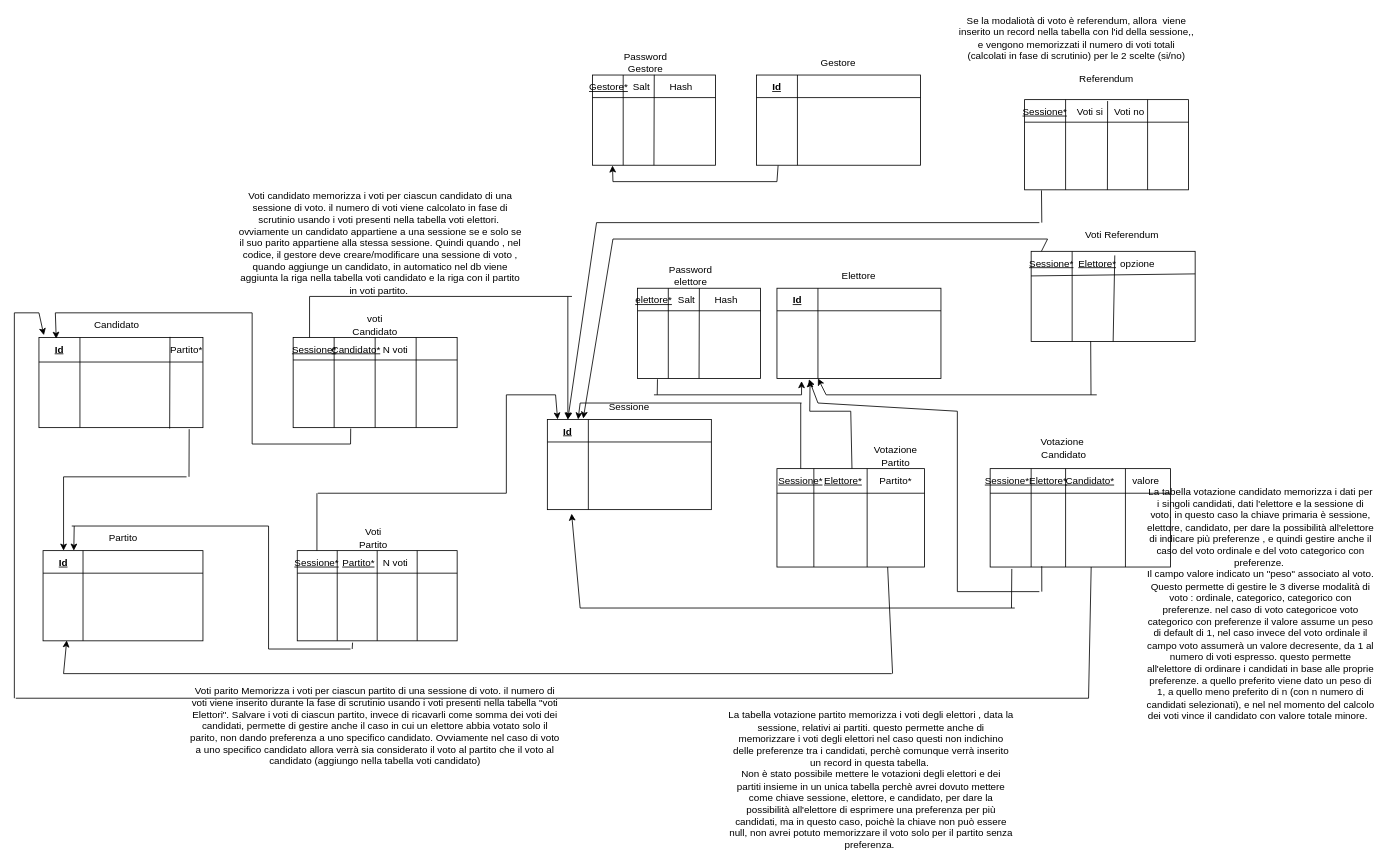
This is docs/Schema DB.drawio from gbrsni/votoElettronico, a draw.io file, before an edit. Source tidied: cells renumbered, new cells numbered last; positions are measured from the earlier drawing's top-left corner, leaving out a move shared by most shapes. Both pictures are drawn from the tidied source at 82%, with x=0, y=0 at pixel (14, 25).
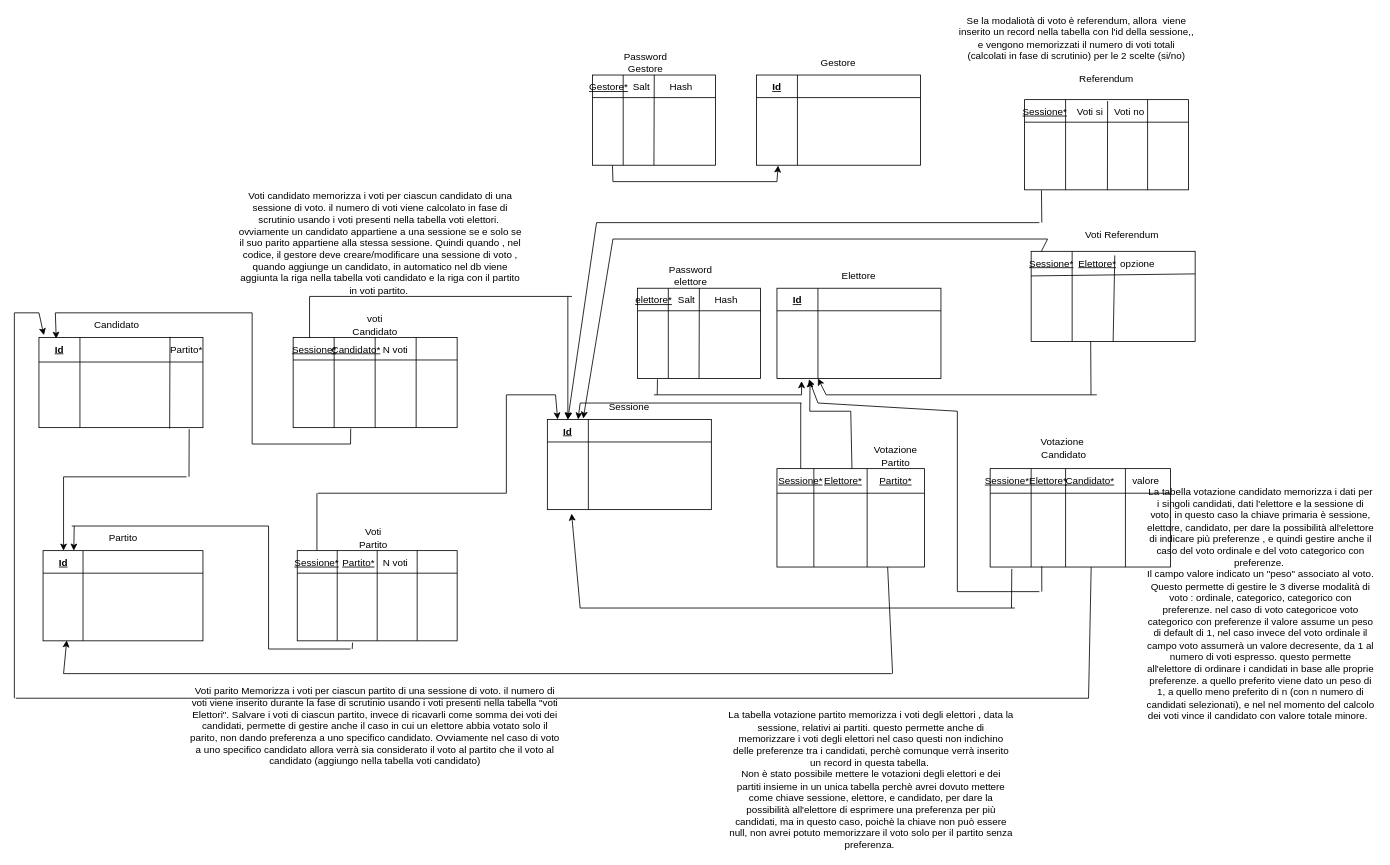
The same diagram, later.

Commit message (it also covers changes not shown here):
realizzazione schema ER database

The change refers to these unchanged cells:
```xml
<mxCell id="137" style="rounded=0;whiteSpace=wrap;html=1;" parent="1" vertex="1">
  <mxGeometry x="705" y="60" width="150" height="110" as="geometry" />
</mxCell>
<mxCell id="145" style="rounded=0;whiteSpace=wrap;html=1;" parent="1" vertex="1">
  <mxGeometry x="905" y="60" width="200" height="110" as="geometry" />
</mxCell>
```

Diff of the diagram source:
```diff
@@
-    <mxCell id="94" value="Partito*" style="text;html=1;strokeColor=none;fillColor=none;align=center;verticalAlign=middle;whiteSpace=wrap;rounded=0;" parent="1" vertex="1">
+    <mxCell id="94" value="&lt;u&gt;Partito*&lt;/u&gt;" style="text;html=1;strokeColor=none;fillColor=none;align=center;verticalAlign=middle;whiteSpace=wrap;rounded=0;" parent="1" vertex="1">
       <mxGeometry x="1045" y="540" width="60" height="30" as="geometry" />
     </mxCell>
@@
-    <mxCell id="151" style="endArrow=classic;html=1;rounded=0;entryX=0.163;entryY=1.003;entryDx=0;entryDy=0;entryPerimeter=0;" parent="1" edge="1" target="137">
+    <mxCell id="151" style="endArrow=none;html=1;rounded=0;entryX=0.163;entryY=1.003;entryDx=0;entryDy=0;entryPerimeter=0;endFill=0;" parent="1" edge="1" target="137">
       <mxGeometry relative="1" as="geometry">
         <mxPoint x="730" y="190" as="sourcePoint" />
       </mxGeometry>
     </mxCell>
-    <mxCell id="152" style="endArrow=none;html=1;rounded=0;entryX=0.132;entryY=1.003;entryDx=0;entryDy=0;entryPerimeter=0;" parent="1" edge="1" target="145">
+    <mxCell id="152" style="endArrow=classic;html=1;rounded=0;entryX=0.132;entryY=1.003;entryDx=0;entryDy=0;entryPerimeter=0;endFill=1;" parent="1" edge="1" target="145">
       <mxGeometry relative="1" as="geometry">
         <mxPoint x="930" y="190" as="sourcePoint" />
       </mxGeometry>
     </mxCell>
```
